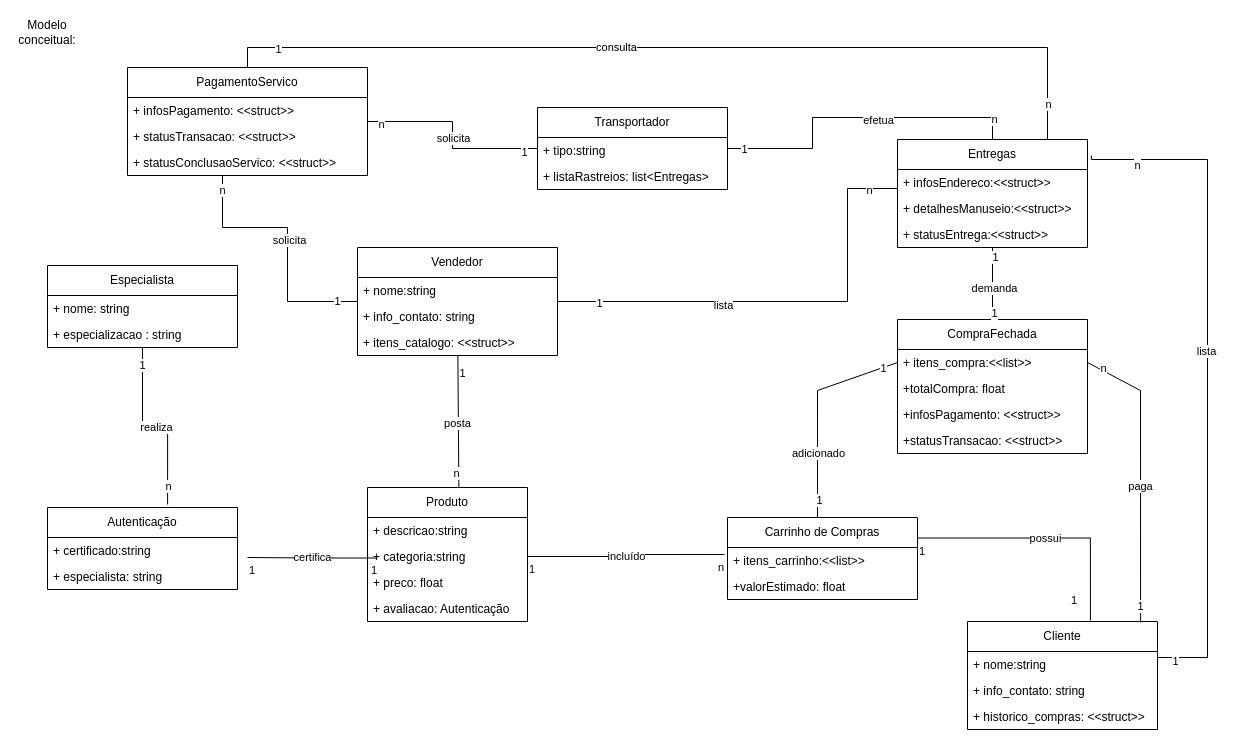
luca-moraes/projetoCorintoModelagem keeps this draw.io diagram as page "Diagramas de classes" (4 of 9) of DiagramasDeModelagem.drawio. Above is the earlier version. Source tidied: cells renumbered, new cells numbered last; positions are measured from the earlier drawing's top-left corner, leaving out a move shared by most shapes. Both pictures are drawn from the tidied source at 100%, with x=0, y=0 at pixel (17, 17).
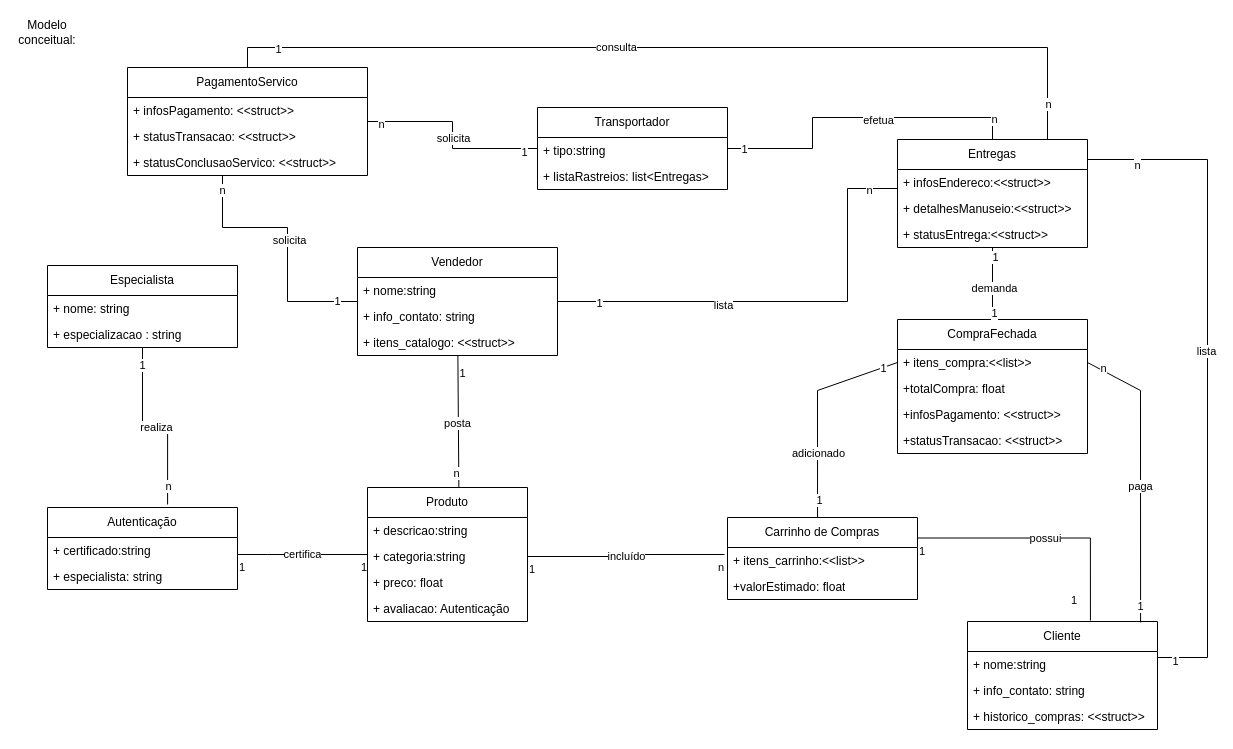
Above is the later version.

Unchanged cells that the change refers to:
```xml
<mxCell id="2" value="Produto" style="swimlane;fontStyle=0;horizontal=1;startSize=30;fillColor=none;whiteSpace=wrap;html=1;" parent="1" vertex="1">
  <mxGeometry x="350" y="470" width="160" height="134" as="geometry" />
</mxCell>
<mxCell id="7" value="Cliente" style="swimlane;fontStyle=0;horizontal=1;startSize=30;fillColor=none;whiteSpace=wrap;html=1;" parent="1" vertex="1">
  <mxGeometry x="950" y="604" width="190" height="108" as="geometry" />
</mxCell>
<mxCell id="15" value="Autenticação" style="swimlane;fontStyle=0;horizontal=1;startSize=30;fillColor=none;whiteSpace=wrap;html=1;" parent="1" vertex="1">
  <mxGeometry x="30" y="490" width="190" height="82" as="geometry" />
</mxCell>
<mxCell id="33" value="Entregas" style="swimlane;fontStyle=0;horizontal=1;startSize=30;fillColor=none;whiteSpace=wrap;html=1;" parent="1" vertex="1">
  <mxGeometry x="880" y="122" width="190" height="108" as="geometry" />
</mxCell>
```

Change to the diagram source:
```diff
@@
-    <mxCell id="27" value="certifica" style="endArrow=none;html=1;endSize=12;startArrow=none;startSize=14;startFill=0;edgeStyle=orthogonalEdgeStyle;rounded=0;endFill=0;" parent="1" edge="1">
+    <mxCell id="27" value="certifica" style="endArrow=none;html=1;endSize=12;startArrow=none;startSize=14;startFill=0;edgeStyle=orthogonalEdgeStyle;rounded=0;endFill=0;" parent="1" edge="1" source="15" target="2">
       <mxGeometry y="1" relative="1" as="geometry">
-        <mxPoint x="230" y="540" as="sourcePoint" />
-        <mxPoint x="360" y="540.5" as="targetPoint" />
+        <Array as="points">
+          <mxPoint x="250" y="537" />
+          <mxPoint x="250" y="537" />
+        </Array>
         <mxPoint y="1" as="offset" />
       </mxGeometry>
     </mxCell>
@@
-    <mxCell id="69" style="endArrow=none;html=1;rounded=0;entryX=1.02;entryY=0.149;entryDx=0;entryDy=0;entryPerimeter=0;edgeStyle=orthogonalEdgeStyle;" parent="1" edge="1" source="7" target="33">
+    <mxCell id="69" style="endArrow=none;html=1;rounded=0;edgeStyle=orthogonalEdgeStyle;" parent="1" edge="1" source="7" target="33">
       <mxGeometry relative="1" as="geometry">
         <Array as="points">
           <mxPoint x="1190" y="640" />
           <mxPoint x="1190" y="142" />
         </Array>
       </mxGeometry>
     </mxCell>
```
